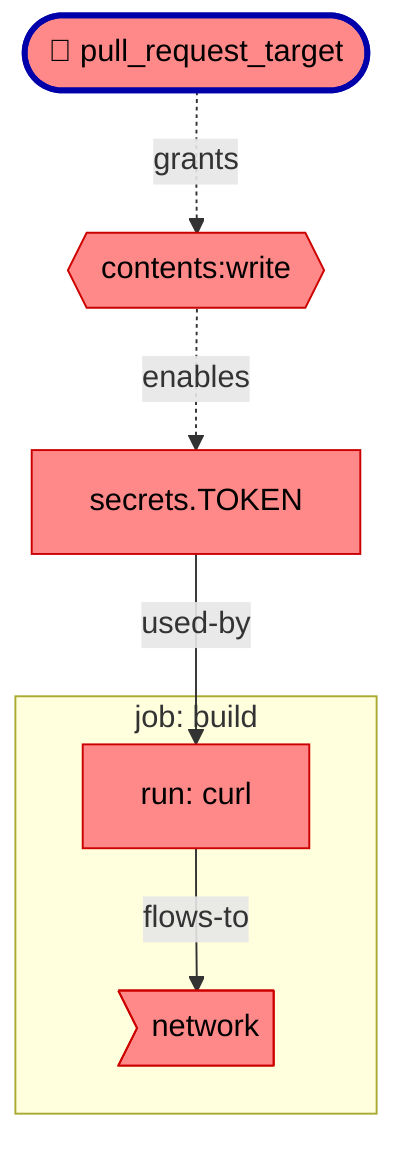
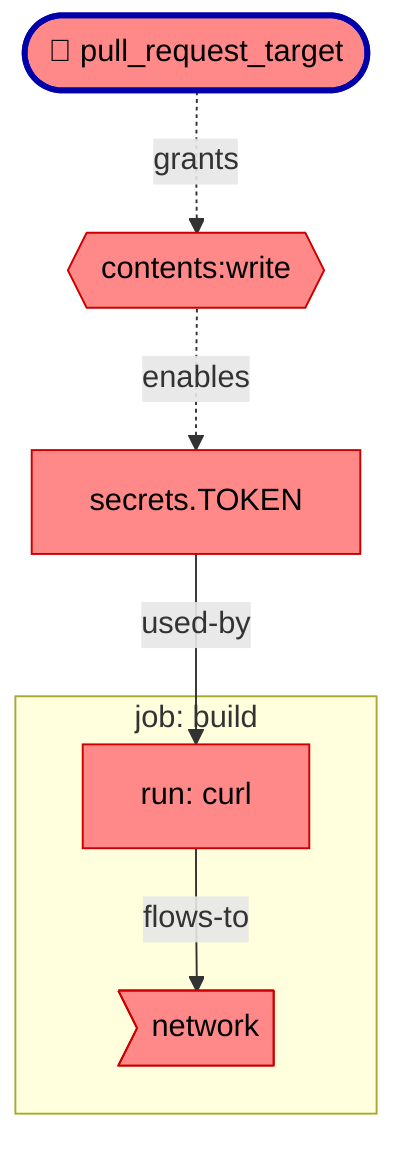
flowchart TD
  %% blast-radius: untrusted:1 secrets:1 sinks:1 (network:1)
  n_trigger_pull_request_target(["🔧 pull_request_target"])
  n_perm_build{{"contents:write"}}
-   n_source_0_secrets_TOKEN["secrets.TOKEN"]
+   n_source_build_0_secrets_TOKEN["secrets.TOKEN"]
  subgraph job_build["job: build"]
    n_action_build_10_9["run: curl"]
    n_sink_secret_exfiltration_build_10_9>"network"]
  end
  n_action_build_10_9 -->|flows-to| n_sink_secret_exfiltration_build_10_9
-   n_perm_build -.->|enables| n_source_0_secrets_TOKEN
-   n_source_0_secrets_TOKEN -->|used-by| n_action_build_10_9
+   n_perm_build -.->|enables| n_source_build_0_secrets_TOKEN
+   n_source_build_0_secrets_TOKEN -->|used-by| n_action_build_10_9
  n_trigger_pull_request_target -.->|grants| n_perm_build
  classDef untrusted fill:#f88,stroke:#c00,color:#000
  classDef safe fill:#eee,stroke:#bbb,color:#999
  classDef fixhere stroke:#00a,stroke-width:3px
  class n_trigger_pull_request_target untrusted
  class n_perm_build untrusted
-   class n_source_0_secrets_TOKEN untrusted
+   class n_source_build_0_secrets_TOKEN untrusted
  class n_action_build_10_9 untrusted
  class n_sink_secret_exfiltration_build_10_9 untrusted
  class n_trigger_pull_request_target fixhere
